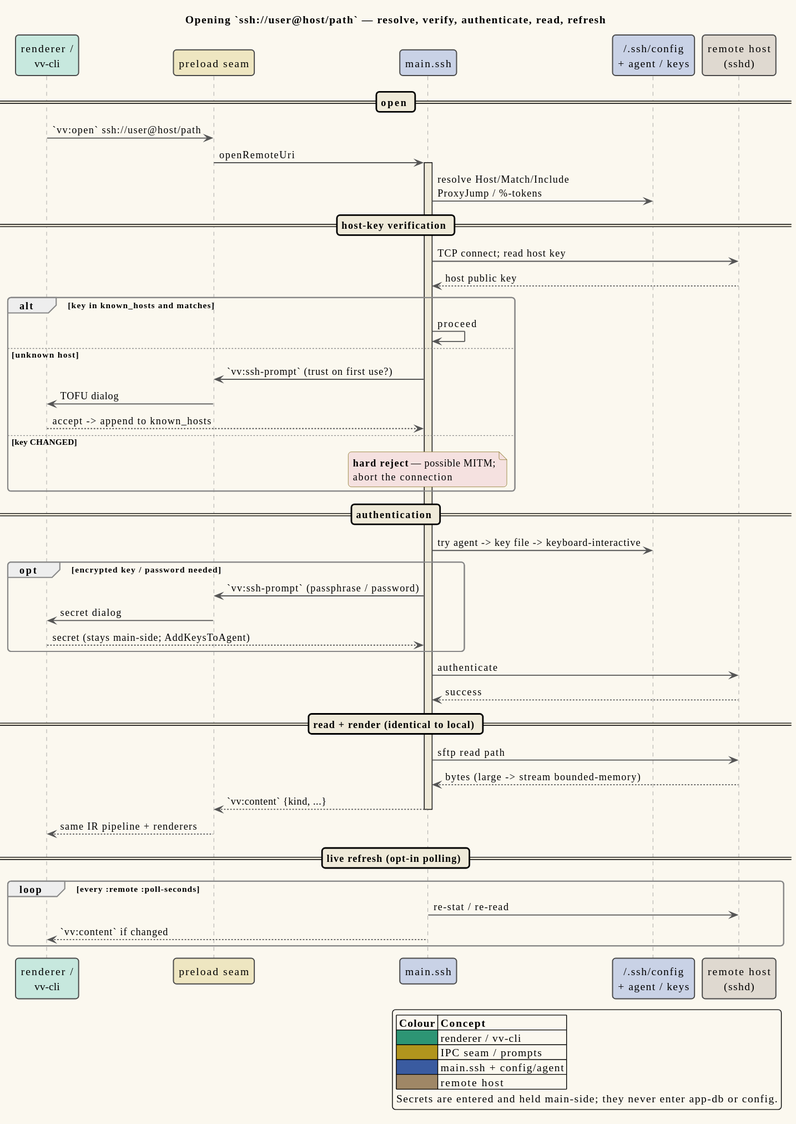
The PlantUML diagram docs/diagrams/seq-ssh-open.svg in vinary-tree/vinary-viewer, before a commit.
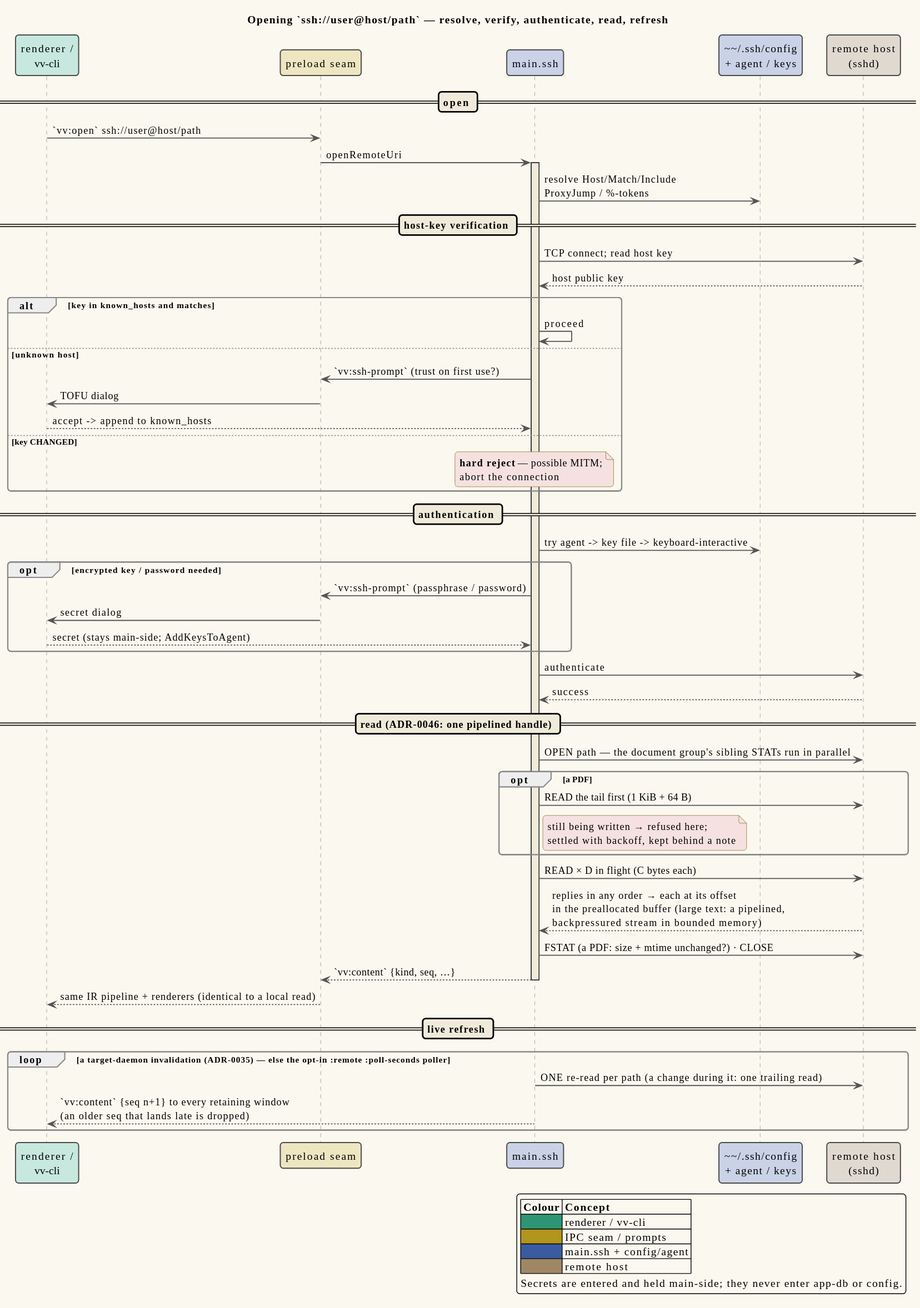
The same file after the commit.

What changed in the source:
```diff
@@ -6,7 +6,7 @@
 participant "renderer /\nvv-cli" as Rend RENDERER_TINT
 participant "preload seam" as Seam IPC_TINT
 participant "main.ssh" as Ssh MAIN_TINT
-participant "~/.ssh/config\n+ agent / keys" as Cfg MAIN_TINT
+participant "~~/.ssh/config\n+ agent / keys" as Cfg MAIN_TINT
 participant "remote host\n(sshd)" as Host FS_TINT
 
 == open ==
@@ -38,17 +38,23 @@
 Ssh -> Host : authenticate
 Host --> Ssh : success
 
-== read + render (identical to local) ==
-Ssh -> Host : sftp read path
-Host --> Ssh : bytes (large -> stream bounded-memory)
-Ssh --> Seam : `vv:content` {kind, ...}
+== read (ADR-0046: one pipelined handle) ==
+Ssh -> Host : OPEN path — the document group's sibling STATs run in parallel
+opt a PDF
+  Ssh -> Host : READ the tail first (1 KiB + 64 B)
+  note right of Ssh #F5E1E0: still being written → refused here;\nsettled with backoff, kept behind a note
+end
+Ssh -> Host : READ × D in flight (C bytes each)
+Host --> Ssh : replies in any order → each at its offset\nin the preallocated buffer (large text: a pipelined,\nbackpressured stream in bounded memory)
+Ssh -> Host : FSTAT (a PDF: size + mtime unchanged?) · CLOSE
+Ssh --> Seam : `vv:content` {kind, seq, …}
 deactivate Ssh
-Seam --> Rend : same IR pipeline + renderers
+Seam --> Rend : same IR pipeline + renderers (identical to a local read)
 
-== live refresh (opt-in polling) ==
-loop every :remote :poll-seconds
-  Ssh -> Host : re-stat / re-read
-  Ssh --> Rend : `vv:content` if changed
+== live refresh ==
+loop a target-daemon invalidation (ADR-0035) — else the opt-in :remote :poll-seconds poller
+  Ssh -> Host : ONE re-read per path (a change during it: one trailing read)
+  Ssh --> Rend : `vv:content` {seq n+1} to every retaining window\n(an older seq that lands late is dropped)
 end
 
 legend right
```
